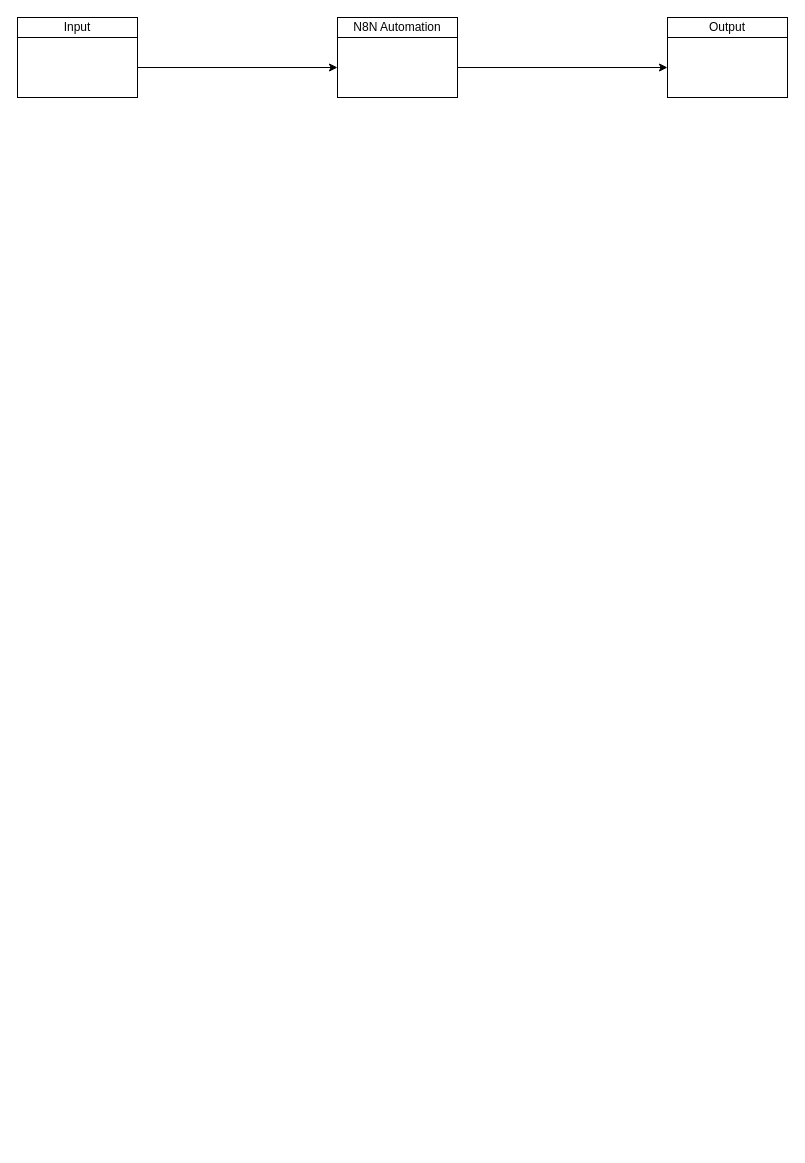
Earlier version of the draw.io diagram Untitled Diagram.drawio (Rezen351/Flowchart). Source tidied: cells renumbered, new cells numbered last; positions are measured from the earlier drawing's top-left corner, leaving out a move shared by most shapes. Both pictures are drawn from the tidied source at 100%, with x=0, y=0 at pixel (17, 17). Pictures stored in the file or linked from it are replaced by grey dashed boxes.
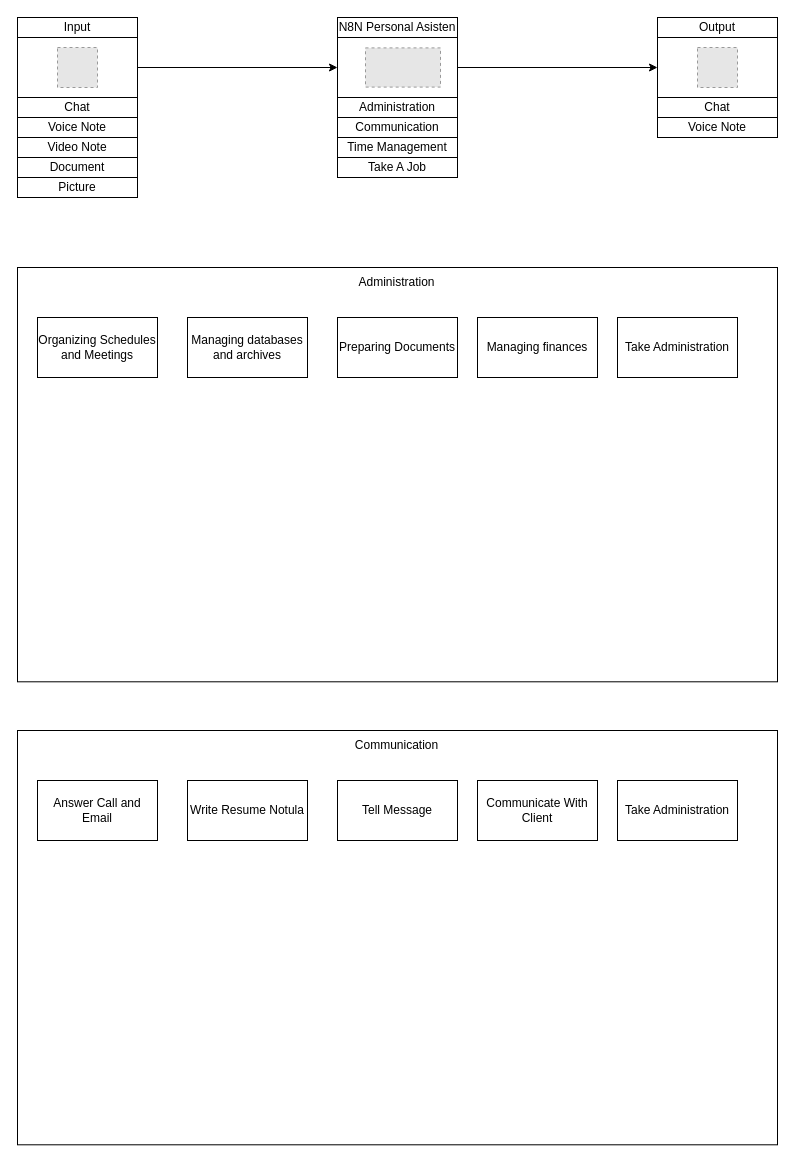
The same page after the edit.

The change refers to these unchanged cells:
```xml
<mxCell id="2" style="group;" parent="1" vertex="1">
  <mxGeometry x="320" width="120" height="80" as="geometry" />
</mxCell>
<mxCell id="8" style="group;" parent="1" vertex="1">
  <mxGeometry width="120" height="80" as="geometry" />
</mxCell>
```

What changed in the source:
```diff
@@
-    <mxCell id="3" value="N8N Automation" style="rounded=0;whiteSpace=wrap;html=1;" parent="2" vertex="1">
+    <mxCell id="3" value="N8N Personal Asisten" style="rounded=0;whiteSpace=wrap;html=1;" parent="2" vertex="1">
       <mxGeometry width="120" height="20" as="geometry" />
     </mxCell>
@@
+    <mxCell id="13" style="fillColor=#E6E6E6;strokeColor=#999999;dashed=1;verticalLabelPosition=bottom;labelBackgroundColor=default;verticalAlign=top;" parent="2" vertex="1">
+      <mxGeometry x="28" y="30.4" width="75" height="39.2" as="geometry" />
+    </mxCell>
     <mxCell id="5" style="group;" parent="1" vertex="1">
-      <mxGeometry x="650" width="120" height="80" as="geometry" />
+      <mxGeometry x="640" width="120" height="80" as="geometry" />
     </mxCell>
@@
+    <mxCell id="14" style="fillColor=#E6E6E6;strokeColor=#999999;dashed=1;verticalLabelPosition=bottom;labelBackgroundColor=default;verticalAlign=top;" parent="5" vertex="1">
+      <mxGeometry x="40" y="30" width="40" height="40" as="geometry" />
+    </mxCell>
@@
+    <mxCell id="15" style="fillColor=#E6E6E6;strokeColor=#999999;dashed=1;verticalLabelPosition=bottom;labelBackgroundColor=default;verticalAlign=top;" parent="8" vertex="1">
+      <mxGeometry x="40" y="30" width="40" height="40" as="geometry" />
+    </mxCell>
@@
+    <mxCell id="16" value="Chat" style="rounded=0;whiteSpace=wrap;html=1;" parent="1" vertex="1">
+      <mxGeometry y="80" width="120" height="20" as="geometry" />
+    </mxCell>
+    <mxCell id="17" value="Voice Note" style="rounded=0;whiteSpace=wrap;html=1;" parent="1" vertex="1">
+      <mxGeometry y="100" width="120" height="20" as="geometry" />
+    </mxCell>
+    <mxCell id="18" value="Video Note" style="rounded=0;whiteSpace=wrap;html=1;" parent="1" vertex="1">
+      <mxGeometry y="120" width="120" height="20" as="geometry" />
+    </mxCell>
+    <mxCell id="19" value="Document" style="rounded=0;whiteSpace=wrap;html=1;" parent="1" vertex="1">
+      <mxGeometry y="140" width="120" height="20" as="geometry" />
+    </mxCell>
+    <mxCell id="20" value="Picture" style="rounded=0;whiteSpace=wrap;html=1;" parent="1" vertex="1">
+      <mxGeometry y="160" width="120" height="20" as="geometry" />
+    </mxCell>
+    <mxCell id="21" value="Chat" style="rounded=0;whiteSpace=wrap;html=1;" parent="1" vertex="1">
+      <mxGeometry x="640" y="80" width="120" height="20" as="geometry" />
+    </mxCell>
+    <mxCell id="22" value="Voice Note" style="rounded=0;whiteSpace=wrap;html=1;" parent="1" vertex="1">
+      <mxGeometry x="640" y="100" width="120" height="20" as="geometry" />
+    </mxCell>
+    <mxCell id="23" value="Administration" style="rounded=0;whiteSpace=wrap;html=1;" parent="1" vertex="1">
+      <mxGeometry x="320" y="80" width="120" height="20" as="geometry" />
+    </mxCell>
+    <mxCell id="24" value="Communication" style="rounded=0;whiteSpace=wrap;html=1;" parent="1" vertex="1">
+      <mxGeometry x="320" y="100" width="120" height="20" as="geometry" />
+    </mxCell>
+    <mxCell id="25" value="Time Management" style="rounded=0;whiteSpace=wrap;html=1;" parent="1" vertex="1">
+      <mxGeometry x="320" y="120" width="120" height="20" as="geometry" />
+    </mxCell>
+    <mxCell id="26" value="Take A Job" style="rounded=0;whiteSpace=wrap;html=1;" parent="1" vertex="1">
+      <mxGeometry x="320" y="140" width="120" height="20" as="geometry" />
+    </mxCell>
+    <mxCell id="27" style="group;" parent="1" vertex="1">
+      <mxGeometry y="250" width="760" height="414.3" as="geometry" />
+    </mxCell>
+    <mxCell id="28" style="rounded=0;whiteSpace=wrap;html=1;" parent="27" vertex="1">
+      <mxGeometry width="760" height="414.3" as="geometry" />
+    </mxCell>
+    <mxCell id="29" value="Administration" style="text;html=1;align=center;verticalAlign=middle;whiteSpace=wrap;rounded=0;" parent="27" vertex="1">
+      <mxGeometry x="335.3" width="89.4" height="30" as="geometry" />
+    </mxCell>
+    <mxCell id="30" value="Organizing Schedules and Meetings" style="rounded=0;whiteSpace=wrap;html=1;" parent="27" vertex="1">
+      <mxGeometry x="20" y="50" width="120" height="60" as="geometry" />
+    </mxCell>
+    <mxCell id="31" value="Preparing Documents" style="rounded=0;whiteSpace=wrap;html=1;" parent="27" vertex="1">
+      <mxGeometry x="320" y="50" width="120" height="60" as="geometry" />
+    </mxCell>
+    <mxCell id="32" value="Take Administration" style="rounded=0;whiteSpace=wrap;html=1;" parent="27" vertex="1">
+      <mxGeometry x="600" y="50" width="120" height="60" as="geometry" />
+    </mxCell>
+    <mxCell id="33" value="Managing databases and archives" style="rounded=0;whiteSpace=wrap;html=1;" parent="27" vertex="1">
+      <mxGeometry x="170" y="50" width="120" height="60" as="geometry" />
+    </mxCell>
+    <mxCell id="34" value="Managing finances" style="rounded=0;whiteSpace=wrap;html=1;" parent="27" vertex="1">
+      <mxGeometry x="460" y="50" width="120" height="60" as="geometry" />
+    </mxCell>
+    <mxCell id="35" style="group;" parent="1" vertex="1">
+      <mxGeometry y="713" width="760" height="414.3" as="geometry" />
+    </mxCell>
+    <mxCell id="36" style="rounded=0;whiteSpace=wrap;html=1;" parent="35" vertex="1">
+      <mxGeometry width="760" height="414.3" as="geometry" />
+    </mxCell>
+    <mxCell id="37" value="Communication" style="text;html=1;align=center;verticalAlign=middle;whiteSpace=wrap;rounded=0;" parent="35" vertex="1">
+      <mxGeometry x="335.3" width="89.4" height="30" as="geometry" />
+    </mxCell>
+    <mxCell id="38" value="Answer Call and Email" style="rounded=0;whiteSpace=wrap;html=1;" parent="35" vertex="1">
+      <mxGeometry x="20" y="50" width="120" height="60" as="geometry" />
+    </mxCell>
+    <mxCell id="39" value="Tell Message" style="rounded=0;whiteSpace=wrap;html=1;" parent="35" vertex="1">
+      <mxGeometry x="320" y="50" width="120" height="60" as="geometry" />
+    </mxCell>
+    <mxCell id="40" value="Take Administration" style="rounded=0;whiteSpace=wrap;html=1;" parent="35" vertex="1">
+      <mxGeometry x="600" y="50" width="120" height="60" as="geometry" />
+    </mxCell>
+    <mxCell id="41" value="Write Resume Notula" style="rounded=0;whiteSpace=wrap;html=1;" parent="35" vertex="1">
+      <mxGeometry x="170" y="50" width="120" height="60" as="geometry" />
+    </mxCell>
+    <mxCell id="42" value="Communicate With Client" style="rounded=0;whiteSpace=wrap;html=1;" parent="35" vertex="1">
+      <mxGeometry x="460" y="50" width="120" height="60" as="geometry" />
+    </mxCell>
```
